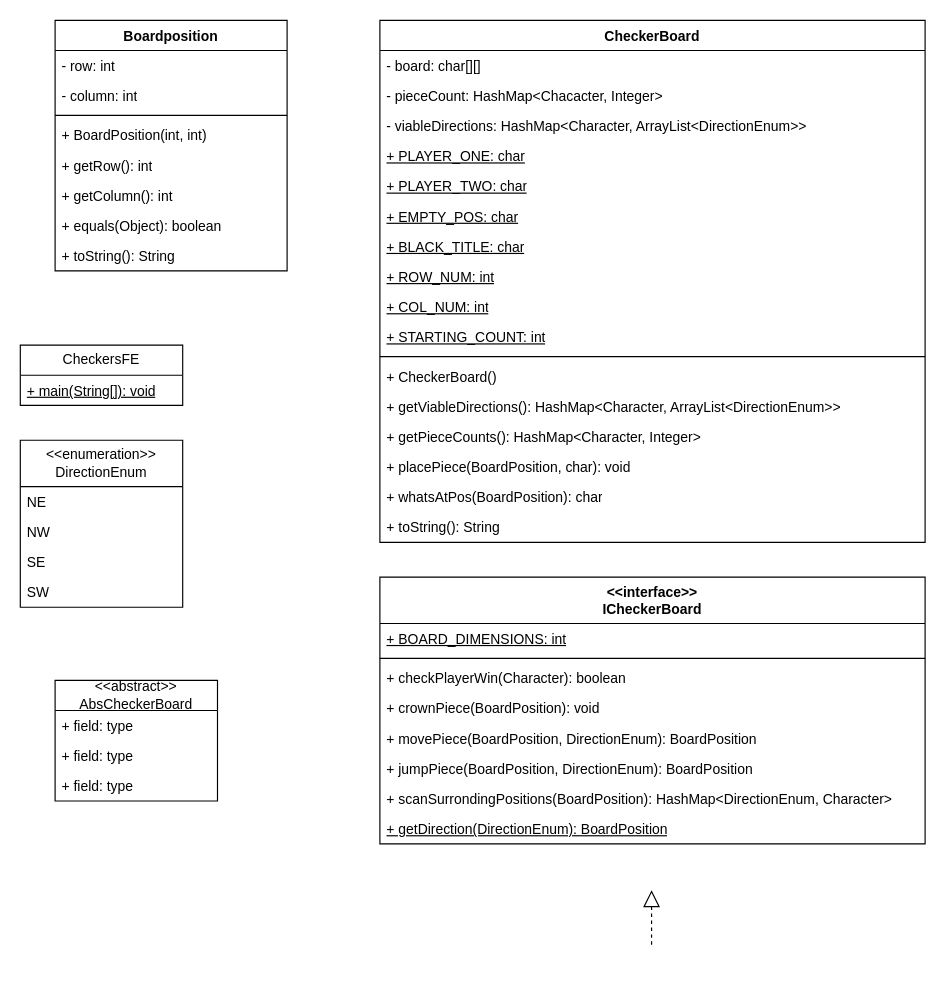
ksurisetty11/checkers-project keeps this draw.io diagram as CheckersUML.drawio. Above is the earlier version. Source tidied: cells renumbered, new cells numbered last; positions are measured from the earlier drawing's top-left corner, leaving out a move shared by most shapes. Both pictures are drawn from the tidied source at 116%, with x=0, y=0 at pixel (20, 20).
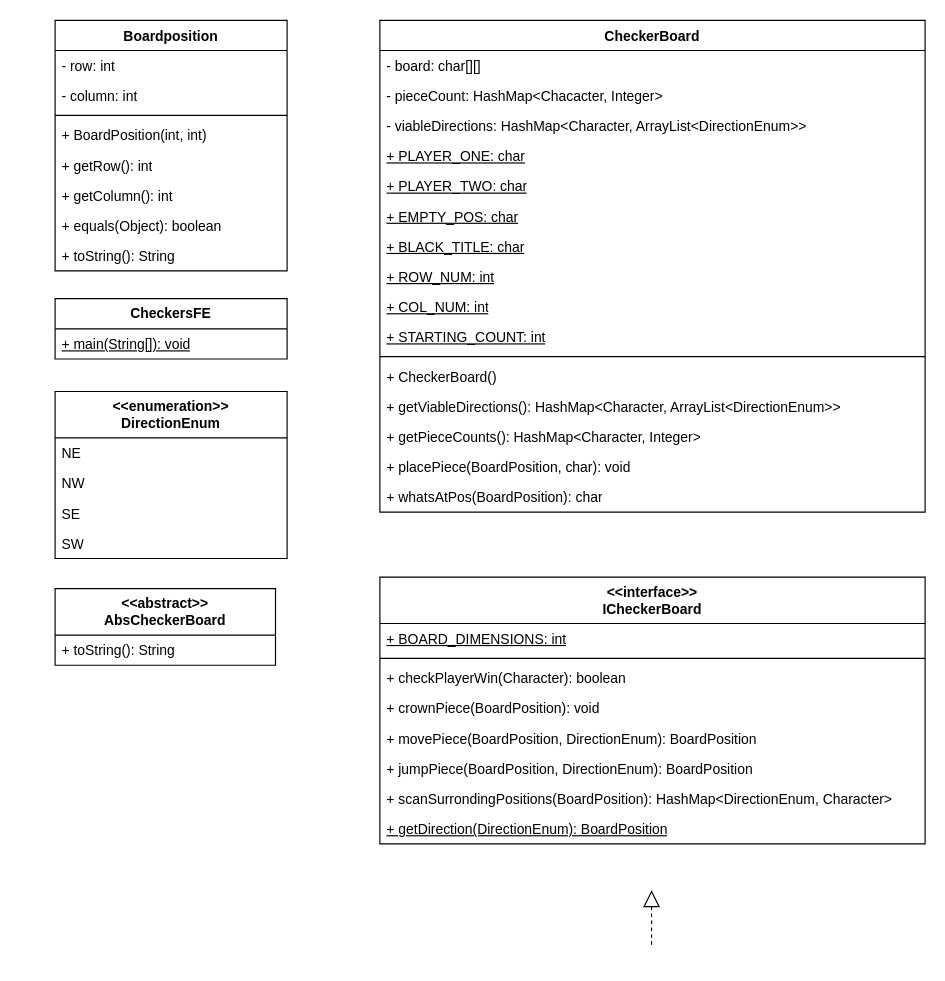
After the change.

Commit message:
moved toString to AbsCheckerBoard UML

Change to the diagram source:
```diff
@@
     <mxCell id="11" value="CheckerBoard" style="swimlane;fontStyle=1;align=center;verticalAlign=top;horizontal=1;startSize=26;whiteSpace=wrap;html=1;" parent="1" vertex="1">
-      <mxGeometry x="310" width="470" height="450" as="geometry" />
+      <mxGeometry x="310" width="470" height="424" as="geometry" />
     </mxCell>
@@
-    <mxCell id="28" value="+ toString(): String" style="text;strokeColor=none;fillColor=none;align=left;verticalAlign=top;spacingLeft=4;spacingRight=4;overflow=hidden;whiteSpace=wrap;html=1;" parent="11" vertex="1">
-      <mxGeometry y="424" width="470" height="26" as="geometry" />
-    </mxCell>
-    <mxCell id="29" value="CheckersFE" style="swimlane;fontStyle=0;horizontal=1;startSize=26;fillColor=none;whiteSpace=wrap;html=1;" parent="1" vertex="1">
-      <mxGeometry y="280" width="140" height="52" as="geometry" />
+    <mxCell id="29" value="&lt;b&gt;CheckersFE&lt;/b&gt;" style="swimlane;fontStyle=0;horizontal=1;startSize=26;fillColor=none;whiteSpace=wrap;html=1;" parent="1" vertex="1">
+      <mxGeometry x="30" y="240" width="200" height="52" as="geometry" />
     </mxCell>
     <mxCell id="30" value="&lt;u&gt;+ main(String[]): void&lt;/u&gt;" style="text;strokeColor=none;fillColor=none;align=left;verticalAlign=top;spacingLeft=4;spacingRight=4;overflow=hidden;whiteSpace=wrap;html=1;" parent="29" vertex="1">
-      <mxGeometry y="26" width="140" height="26" as="geometry" />
+      <mxGeometry y="26" width="200" height="26" as="geometry" />
     </mxCell>
-    <mxCell id="31" value="&amp;lt;&amp;lt;enumeration&amp;gt;&amp;gt;&lt;div&gt;DirectionEnum&lt;/div&gt;" style="swimlane;fontStyle=0;horizontal=1;startSize=40;fillColor=none;whiteSpace=wrap;html=1;" parent="1" vertex="1">
-      <mxGeometry y="362" width="140" height="144" as="geometry" />
+    <mxCell id="31" value="&lt;b&gt;&amp;lt;&amp;lt;enumeration&amp;gt;&amp;gt;&lt;/b&gt;&lt;div&gt;&lt;b&gt;DirectionEnum&lt;/b&gt;&lt;/div&gt;" style="swimlane;fontStyle=0;horizontal=1;startSize=40;fillColor=none;whiteSpace=wrap;html=1;" parent="1" vertex="1">
+      <mxGeometry x="30" y="320" width="200" height="144" as="geometry" />
     </mxCell>
     <mxCell id="32" value="NE" style="text;strokeColor=none;fillColor=none;align=left;verticalAlign=top;spacingLeft=4;spacingRight=4;overflow=hidden;whiteSpace=wrap;html=1;" parent="31" vertex="1">
-      <mxGeometry y="40" width="140" height="26" as="geometry" />
+      <mxGeometry y="40" width="200" height="26" as="geometry" />
     </mxCell>
     <mxCell id="33" value="NW" style="text;strokeColor=none;fillColor=none;align=left;verticalAlign=top;spacingLeft=4;spacingRight=4;overflow=hidden;whiteSpace=wrap;html=1;" parent="31" vertex="1">
-      <mxGeometry y="66" width="140" height="26" as="geometry" />
+      <mxGeometry y="66" width="200" height="26" as="geometry" />
     </mxCell>
     <mxCell id="34" value="SE" style="text;strokeColor=none;fillColor=none;align=left;verticalAlign=top;spacingLeft=4;spacingRight=4;overflow=hidden;whiteSpace=wrap;html=1;" parent="31" vertex="1">
-      <mxGeometry y="92" width="140" height="26" as="geometry" />
+      <mxGeometry y="92" width="200" height="26" as="geometry" />
     </mxCell>
     <mxCell id="35" value="SW" style="text;strokeColor=none;fillColor=none;align=left;verticalAlign=top;spacingLeft=4;spacingRight=4;overflow=hidden;whiteSpace=wrap;html=1;" parent="31" vertex="1">
-      <mxGeometry y="118" width="140" height="26" as="geometry" />
+      <mxGeometry y="118" width="200" height="26" as="geometry" />
     </mxCell>
-    <mxCell id="36" value="&lt;div&gt;&amp;lt;&amp;lt;abstract&amp;gt;&amp;gt;&lt;/div&gt;AbsCheckerBoard" style="swimlane;fontStyle=0;horizontal=1;startSize=26;fillColor=none;whiteSpace=wrap;html=1;" parent="1" vertex="1">
-      <mxGeometry x="30" y="569" width="140" height="104" as="geometry" />
+    <mxCell id="36" value="&lt;div&gt;&lt;b&gt;&amp;lt;&amp;lt;abstract&amp;gt;&amp;gt;&lt;/b&gt;&lt;/div&gt;&lt;b&gt;AbsCheckerBoard&lt;/b&gt;" style="swimlane;fontStyle=0;horizontal=1;startSize=40;fillColor=none;whiteSpace=wrap;html=1;" parent="1" vertex="1">
+      <mxGeometry x="30" y="490" width="190" height="66" as="geometry" />
     </mxCell>
-    <mxCell id="37" value="+ field: type" style="text;strokeColor=none;fillColor=none;align=left;verticalAlign=top;spacingLeft=4;spacingRight=4;overflow=hidden;whiteSpace=wrap;html=1;" parent="36" vertex="1">
-      <mxGeometry y="26" width="140" height="26" as="geometry" />
+    <mxCell id="37" value="+ toString(): String" style="text;strokeColor=none;fillColor=none;align=left;verticalAlign=top;spacingLeft=4;spacingRight=4;overflow=hidden;whiteSpace=wrap;html=1;" parent="36" vertex="1">
+      <mxGeometry y="40" width="190" height="26" as="geometry" />
     </mxCell>
-    <mxCell id="38" value="+ field: type" style="text;strokeColor=none;fillColor=none;align=left;verticalAlign=top;spacingLeft=4;spacingRight=4;overflow=hidden;whiteSpace=wrap;html=1;" parent="36" vertex="1">
-      <mxGeometry y="52" width="140" height="26" as="geometry" />
-    </mxCell>
-    <mxCell id="39" value="+ field: type" style="text;strokeColor=none;fillColor=none;align=left;verticalAlign=top;spacingLeft=4;spacingRight=4;overflow=hidden;whiteSpace=wrap;html=1;" parent="36" vertex="1">
-      <mxGeometry y="78" width="140" height="26" as="geometry" />
-    </mxCell>
```
